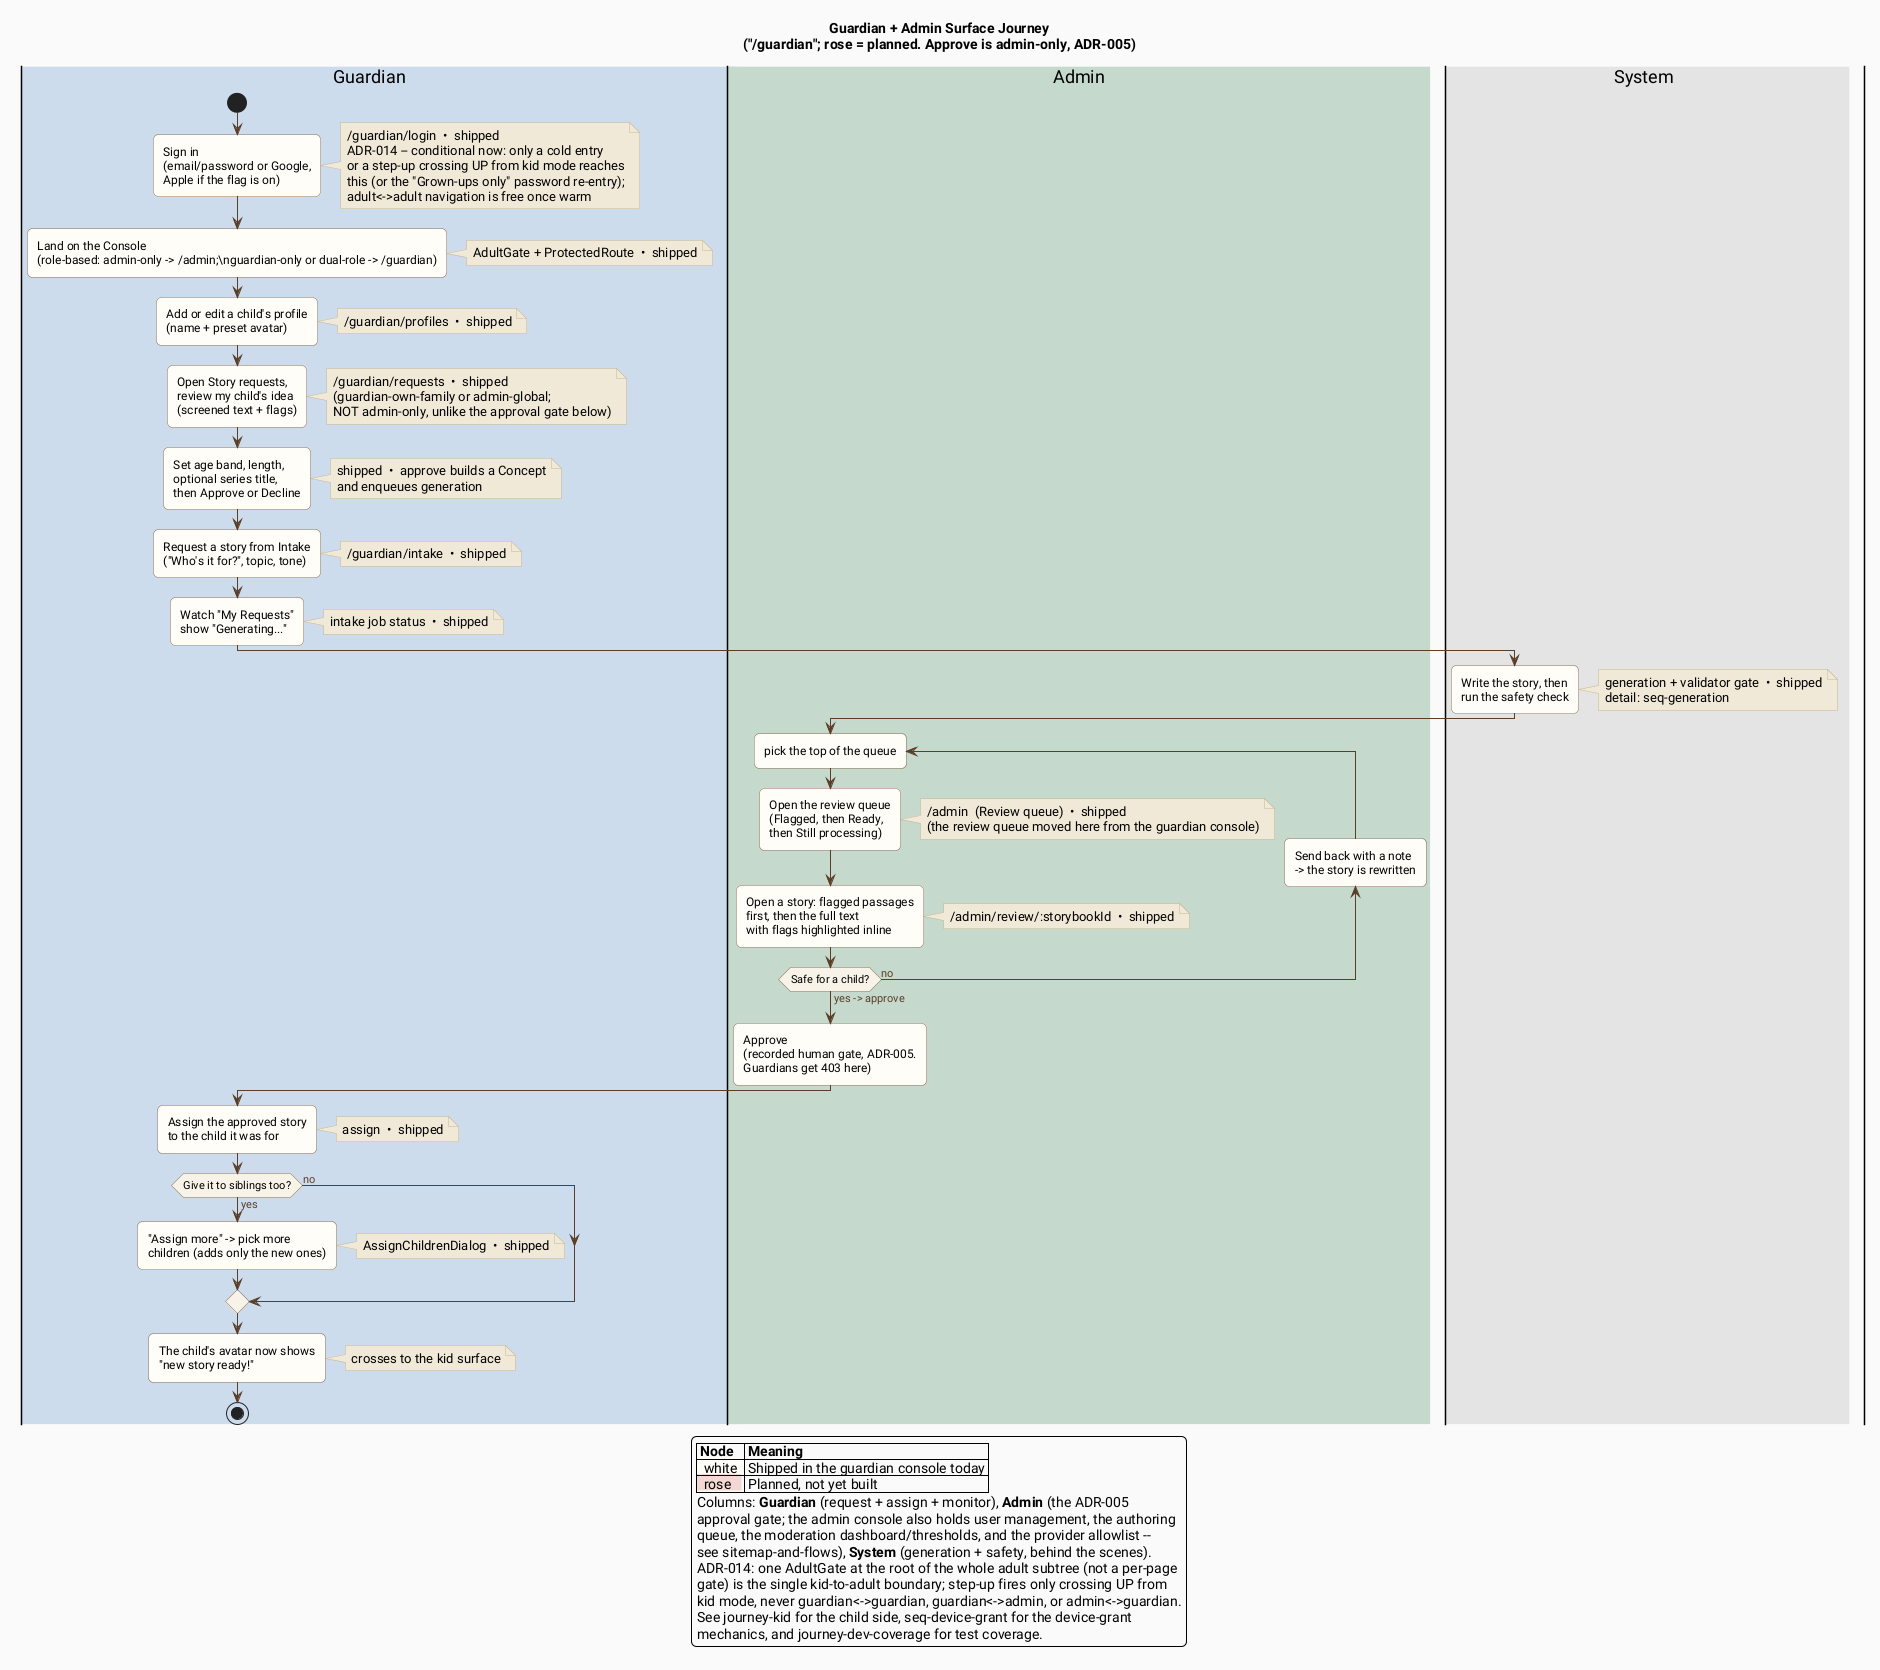
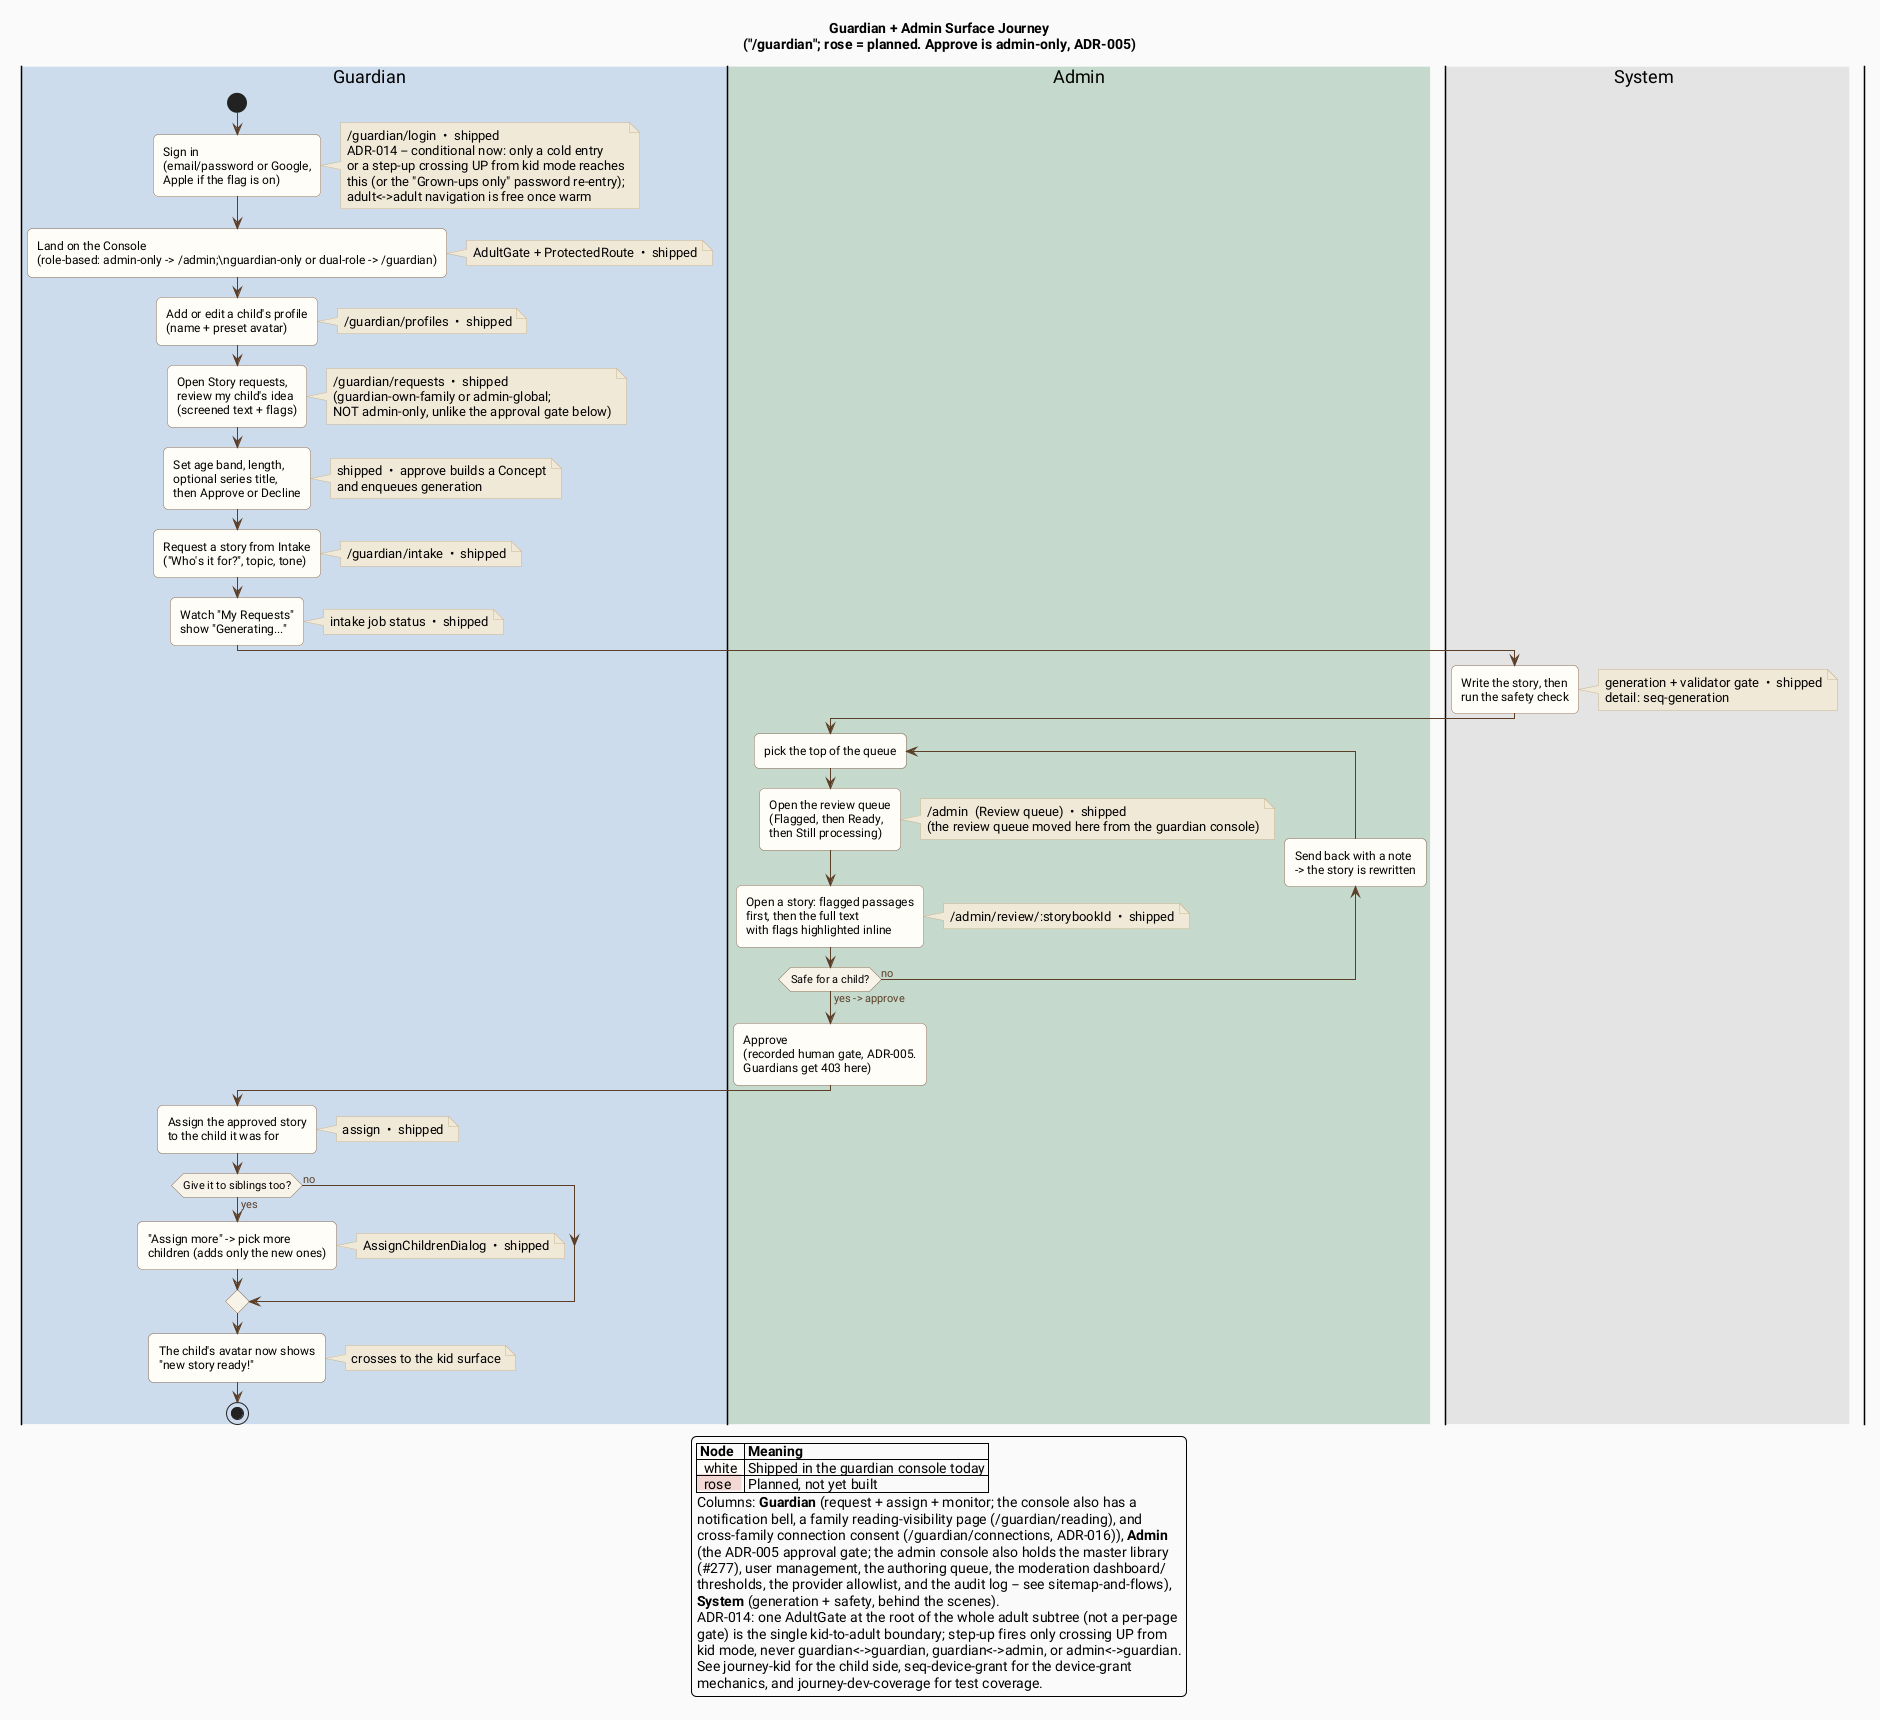
@startuml journey-guardian
' ============================================================
' Zoomed User-Experience Flow: Guardian + Admin Surface
'
' Product/UX-clarity altitude for the parent-facing console (route tree
' "/guardian"). Node fill: white = shipped, rose = planned (not yet built).
' The approve action is admin-only (ADR-005); guardians can monitor but a
' guardian cannot self-approve (API returns 403).
'
' Source screens:
'   frontend/src/router.tsx  (guardian route tree: /guardian/*; a single AdultGate
'     wraps the whole adult subtree -- both /guardian and /admin -- ADR-014)
'   frontend/src/auth/AdultGate.tsx  (ADR-014: one kid-to-adult boundary crossing,
'     warm state in sessionStorage, 5-min TTL, parked on entering kid mode)
'   frontend/src/guardian/LoginPage.tsx, ConsolePage.tsx (family console)
'   frontend/src/admin/AdminConsolePage.tsx (review queue), admin/ReviewDetailPage.tsx
'   frontend/src/guardian/IntakePage.tsx, ProfilesPage.tsx, AssignChildrenDialog.tsx
'   frontend/src/guardian/RequestsPage.tsx  (/guardian/requests: approve/decline
'     a child's story request, WS-B; shipped -- guardian-own-family or
'     admin-global, NOT admin-only like the ADR-005 storybook approval gate)
'   frontend/src/guardian/BooksPage.tsx  (/guardian/books: catalog browse +
'     assign, WS-E; guardian-only nav entry)
'   docs/planning/adr/adr-005-mandatory-human-approval.md
'   docs/planning/adr/adr-014-device-authorized-kid-access.md (single AdultGate
'     boundary; role-based post-login redirect)
'   Phase 4a mobile UI wireframe concept spec (PR #47, shipped; the source doc under
'     docs/superpowers/specs/ was retired as scratch output once its work merged)
' ============================================================

title Guardian + Admin Surface Journey\n("/guardian"; rose = planned. Approve is admin-only, ADR-005)

skinparam defaultFontName "Roboto"
skinparam backgroundColor #FAFAFA
skinparam roundCorner 10
skinparam shadowing false
skinparam ArrowColor #5a3e28
skinparam ArrowFontColor #5a3e28
skinparam ActivityBackgroundColor #FFFDF8
skinparam ActivityBorderColor #8c6f56
skinparam ActivityDiamondBackgroundColor #f8f3e8
skinparam ActivityDiamondBorderColor #8c6f56
skinparam NoteBackgroundColor #F1E9D8
skinparam NoteBorderColor #c9b48f
skinparam swimlaneWidth same

|#CDDCEC|Guardian|
|#C5D9CC|Admin|
|#E4E4E4|System|

|Guardian|
start
:Sign in
(email/password or Google,
Apple if the flag is on);
note right: /guardian/login  •  shipped\nADR-014 -- conditional now: only a cold entry\nor a step-up crossing UP from kid mode reaches\nthis (or the "Grown-ups only" password re-entry);\nadult<->adult navigation is free once warm
:Land on the Console
(role-based: admin-only -> /admin;\nguardian-only or dual-role -> /guardian);
note right: AdultGate + ProtectedRoute  •  shipped

' --- Setup: profiles ---
:Add or edit a child's profile
(name + preset avatar);
note right: /guardian/profiles  •  shipped

' --- Request a story ---
:Open Story requests,
review my child's idea
(screened text + flags);
note right: /guardian/requests  •  shipped\n(guardian-own-family or admin-global;\nNOT admin-only, unlike the approval gate below)
:Set age band, length,
optional series title,
then Approve or Decline;
note right: shipped  •  approve builds a Concept\nand enqueues generation

:Request a story from Intake
("Who's it for?", topic, tone);
note right: /guardian/intake  •  shipped
:Watch "My Requests"
show "Generating...";
note right: intake job status  •  shipped

|System|
:Write the story, then
run the safety check;
note right: generation + validator gate  •  shipped\ndetail: seq-generation

' --- Approval gate (admin-only, ADR-005) ---
|Admin|
repeat :pick the top of the queue;
  :Open the review queue
  (Flagged, then Ready,
  then Still processing);
  note right: /admin  (Review queue)  •  shipped\n(the review queue moved here from the guardian console)
  :Open a story: flagged passages
  first, then the full text
  with flags highlighted inline;
  note right: /admin/review/:storybookId  •  shipped
backward:Send back with a note
-> the story is rewritten;
repeat while (Safe for a child?) is (no) not (yes -> approve)
:Approve
(recorded human gate, ADR-005.
Guardians get 403 here);

' --- Assign ---
|Guardian|
:Assign the approved story
to the child it was for;
note right: assign  •  shipped
if (Give it to siblings too?) then (yes)
  :"Assign more" -> pick more
  children (adds only the new ones);
  note right: AssignChildrenDialog  •  shipped
else (no)
endif
:The child's avatar now shows
"new story ready!";
note right: crosses to the kid surface
stop

legend bottom
  |= Node |= Meaning |
  |<back:#FFFDF8>  white  </back>| Shipped in the guardian console today |
  |<back:#F3D9D4>  rose   </back>| Planned, not yet built |
-   Columns: <b>Guardian</b> (request + assign + monitor), <b>Admin</b> (the ADR-005
-   approval gate; the admin console also holds user management, the authoring
-   queue, the moderation dashboard/thresholds, and the provider allowlist --
-   see sitemap-and-flows), <b>System</b> (generation + safety, behind the scenes).
+   Columns: <b>Guardian</b> (request + assign + monitor; the console also has a
+   notification bell, a family reading-visibility page (/guardian/reading), and
+   cross-family connection consent (/guardian/connections, ADR-016)), <b>Admin</b>
+   (the ADR-005 approval gate; the admin console also holds the master library
+   (#277), user management, the authoring queue, the moderation dashboard/
+   thresholds, the provider allowlist, and the audit log -- see sitemap-and-flows),
+   <b>System</b> (generation + safety, behind the scenes).
  ADR-014: one AdultGate at the root of the whole adult subtree (not a per-page
  gate) is the single kid-to-adult boundary; step-up fires only crossing UP from
  kid mode, never guardian<->guardian, guardian<->admin, or admin<->guardian.
  See journey-kid for the child side, seq-device-grant for the device-grant
  mechanics, and journey-dev-coverage for test coverage.
endlegend

@enduml
